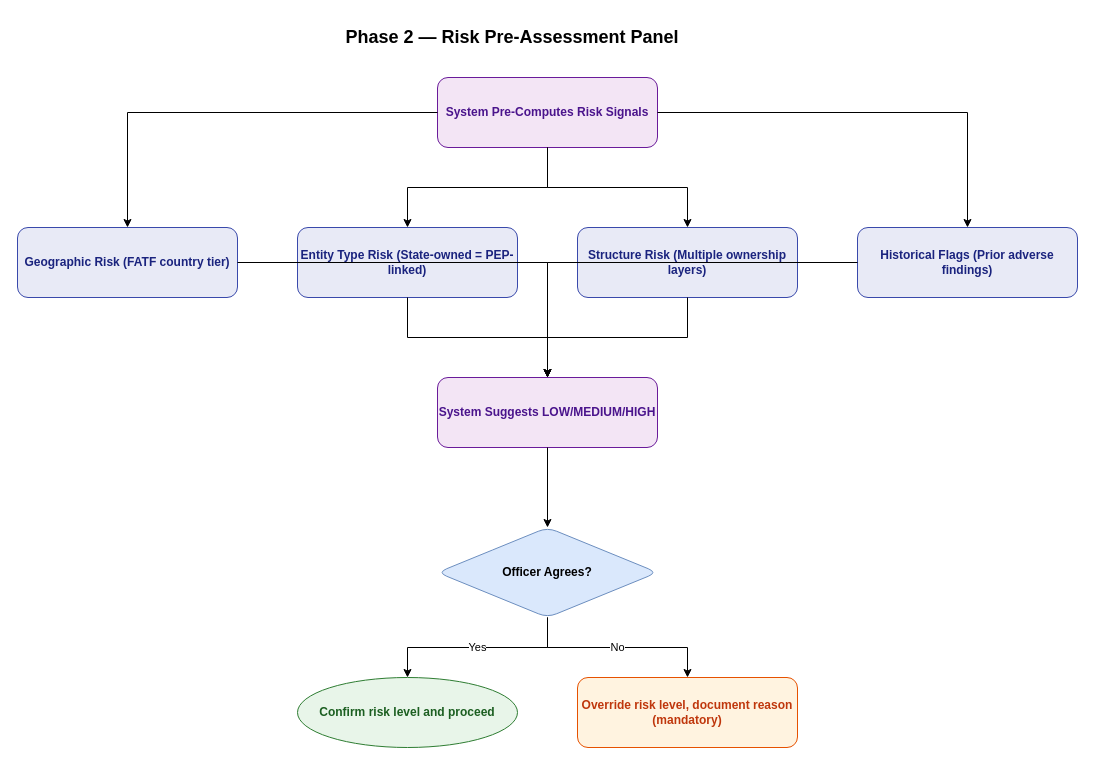
Above: page "Phase 2 Risk Panel" (9 of 9) of docs/diagrams/drawio/best-practice-e2e.drawio in mazharr-hussain/KycReport (draw.io), before the change. Source tidied: cells renumbered, new cells numbered last; positions are measured from the earlier drawing's top-left corner, leaving out a move shared by most shapes. Both pictures are drawn from the tidied source at 100%, with x=0, y=0 at pixel (17, 17).
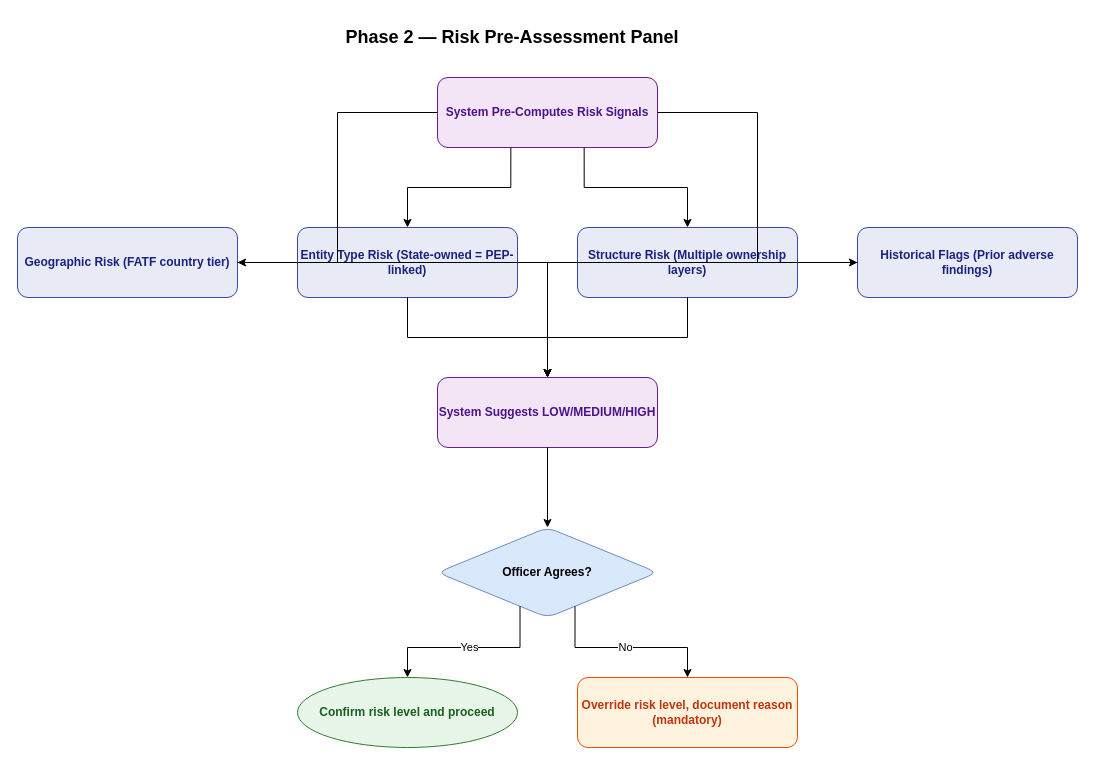
After the change.

The change refers to these unchanged cells:
```xml
<mxCell id="3" value="System Pre-Computes Risk Signals" style="rect;whiteSpace=wrap;html=1;fillColor=#F3E5F5;strokeColor=#6A1B9A;fontColor=#4A148C;fontSize=12;fontStyle=1;rounded=1;" parent="1" vertex="1">
  <mxGeometry x="420" y="60" width="220" height="70" as="geometry" />
</mxCell>
<mxCell id="4" value="Geographic Risk (FATF country tier)" style="rect;whiteSpace=wrap;html=1;fillColor=#E8EAF6;strokeColor=#3949AB;fontColor=#1A237E;fontSize=12;fontStyle=1;rounded=1;" parent="1" vertex="1">
  <mxGeometry y="210" width="220" height="70" as="geometry" />
</mxCell>
<mxCell id="5" value="Entity Type Risk (State-owned = PEP-linked)" style="rect;whiteSpace=wrap;html=1;fillColor=#E8EAF6;strokeColor=#3949AB;fontColor=#1A237E;fontSize=12;fontStyle=1;rounded=1;" parent="1" vertex="1">
  <mxGeometry x="280" y="210" width="220" height="70" as="geometry" />
</mxCell>
<mxCell id="6" value="Structure Risk (Multiple ownership layers)" style="rect;whiteSpace=wrap;html=1;fillColor=#E8EAF6;strokeColor=#3949AB;fontColor=#1A237E;fontSize=12;fontStyle=1;rounded=1;" parent="1" vertex="1">
  <mxGeometry x="560" y="210" width="220" height="70" as="geometry" />
</mxCell>
<mxCell id="7" value="Historical Flags (Prior adverse findings)" style="rect;whiteSpace=wrap;html=1;fillColor=#E8EAF6;strokeColor=#3949AB;fontColor=#1A237E;fontSize=12;fontStyle=1;rounded=1;" parent="1" vertex="1">
  <mxGeometry x="840" y="210" width="220" height="70" as="geometry" />
</mxCell>
<mxCell id="9" value="Officer Agrees?" style="rhombus;whiteSpace=wrap;html=1;fillColor=#dae8fc;strokeColor=#6c8ebf;fontColor=#000000;fontSize=12;fontStyle=1;rounded=1;" parent="1" vertex="1">
  <mxGeometry x="420" y="510" width="220" height="90" as="geometry" />
</mxCell>
<mxCell id="10" value="Confirm risk level and proceed" style="ellipse;whiteSpace=wrap;html=1;fillColor=#E8F5E9;strokeColor=#2E7D32;fontColor=#1B5E20;fontSize=12;fontStyle=1;rounded=1;" parent="1" vertex="1">
  <mxGeometry x="280" y="660" width="220" height="70" as="geometry" />
</mxCell>
<mxCell id="11" value="Override risk level, document reason (mandatory)" style="rect;whiteSpace=wrap;html=1;fillColor=#FFF3E0;strokeColor=#E65100;fontColor=#BF360C;fontSize=12;fontStyle=1;rounded=1;" parent="1" vertex="1">
  <mxGeometry x="560" y="660" width="220" height="70" as="geometry" />
</mxCell>
```

The edit, as a diff of the source:
```diff
@@
-    <mxCell id="12" style="edgeStyle=orthogonalEdgeStyle;rounded=0;html=1;fontSize=11;" parent="1" edge="1" source="3" target="4">
+    <mxCell id="12" style="edgeStyle=orthogonalEdgeStyle;rounded=0;html=1;fontSize=11;exitX=0.0;exitY=0.5;entryX=1.0;entryY=0.5;" parent="1" edge="1" source="3" target="4">
       <mxGeometry relative="1" as="geometry" />
     </mxCell>
-    <mxCell id="13" style="edgeStyle=orthogonalEdgeStyle;rounded=0;html=1;fontSize=11;" parent="1" edge="1" source="3" target="5">
+    <mxCell id="13" style="edgeStyle=orthogonalEdgeStyle;rounded=0;html=1;fontSize=11;exitX=0.3333333333333333;exitY=1.0;entryX=0.5;entryY=0.0;" parent="1" edge="1" source="3" target="5">
       <mxGeometry relative="1" as="geometry" />
     </mxCell>
-    <mxCell id="14" style="edgeStyle=orthogonalEdgeStyle;rounded=0;html=1;fontSize=11;" parent="1" edge="1" source="3" target="6">
+    <mxCell id="14" style="edgeStyle=orthogonalEdgeStyle;rounded=0;html=1;fontSize=11;exitX=0.6666666666666666;exitY=1.0;entryX=0.5;entryY=0.0;" parent="1" edge="1" source="3" target="6">
       <mxGeometry relative="1" as="geometry" />
     </mxCell>
-    <mxCell id="15" style="edgeStyle=orthogonalEdgeStyle;rounded=0;html=1;fontSize=11;" parent="1" edge="1" source="3" target="7">
+    <mxCell id="15" style="edgeStyle=orthogonalEdgeStyle;rounded=0;html=1;fontSize=11;exitX=1.0;exitY=0.5;entryX=0.0;entryY=0.5;" parent="1" edge="1" source="3" target="7">
       <mxGeometry relative="1" as="geometry" />
     </mxCell>
@@
-    <mxCell id="21" value="Yes" style="edgeStyle=orthogonalEdgeStyle;rounded=0;html=1;fontSize=11;" parent="1" edge="1" source="9" target="10">
+    <mxCell id="21" value="Yes" style="edgeStyle=orthogonalEdgeStyle;rounded=0;html=1;fontSize=11;exitX=0.3333333333333333;exitY=1.0;entryX=0.5;entryY=0.0;" parent="1" edge="1" source="9" target="10">
       <mxGeometry relative="1" as="geometry" />
     </mxCell>
-    <mxCell id="22" value="No" style="edgeStyle=orthogonalEdgeStyle;rounded=0;html=1;fontSize=11;" parent="1" edge="1" source="9" target="11">
+    <mxCell id="22" value="No" style="edgeStyle=orthogonalEdgeStyle;rounded=0;html=1;fontSize=11;exitX=0.6666666666666666;exitY=1.0;entryX=0.5;entryY=0.0;" parent="1" edge="1" source="9" target="11">
       <mxGeometry relative="1" as="geometry" />
     </mxCell>
```
